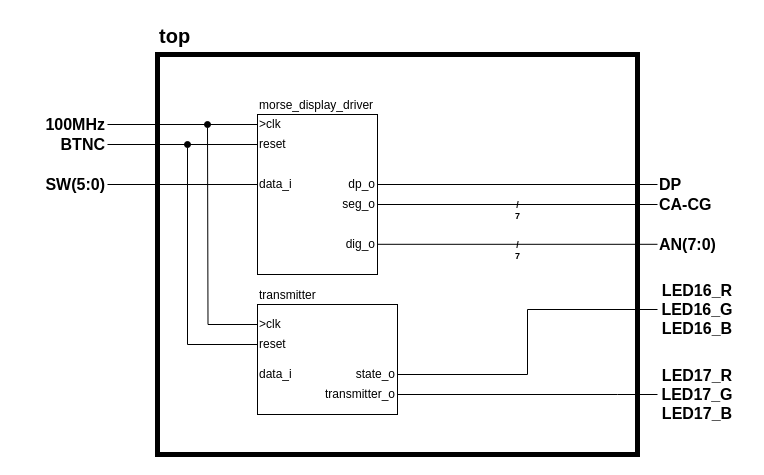
This is images/drawio/top.drawio from jamo796/DE1-PROJEKT-VHDL-TTHP, a draw.io file, before an edit. Source tidied: cells renumbered, new cells numbered last; positions are measured from the earlier drawing's top-left corner, leaving out a move shared by most shapes. Both pictures are drawn from the tidied source at 100%, with x=0, y=0 at pixel (17, 16).
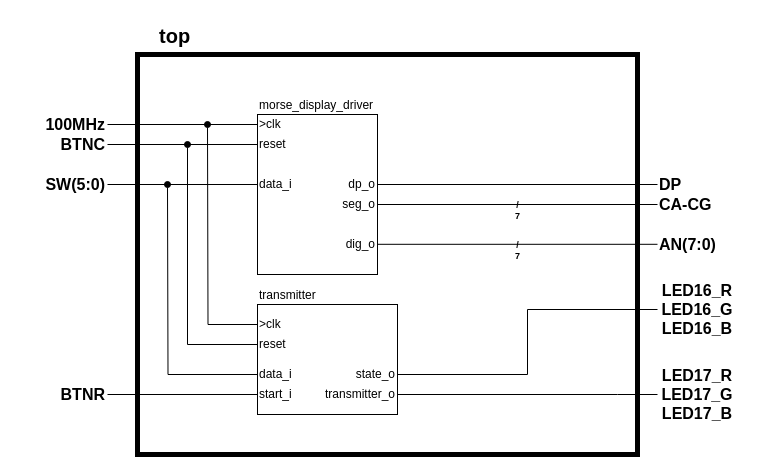
Above is the later version.

The change refers to these unchanged cells:
```xml
<mxCell id="33" value="data_i" style="text;html=1;strokeColor=none;fillColor=none;align=left;verticalAlign=middle;whiteSpace=wrap;rounded=0;" parent="1" vertex="1">
  <mxGeometry x="240" y="348" width="80" height="20" as="geometry" />
</mxCell>
```

Diff of the diagram source:
```diff
@@
     <mxCell id="2" style="rounded=0;whiteSpace=wrap;html=1;labelBackgroundColor=none;fontFamily=Helvetica;fontSize=9;fillColor=default;strokeWidth=5;" parent="1" vertex="1">
-      <mxGeometry x="140" y="38" width="480" height="400" as="geometry" />
+      <mxGeometry x="120" y="38" width="500" height="400" as="geometry" />
     </mxCell>
@@
+    <mxCell id="38" style="edgeStyle=orthogonalEdgeStyle;rounded=0;jettySize=auto;html=1;exitX=0;exitY=0.5;exitDx=0;exitDy=0;endArrow=oval;endFill=1;" parent="1" edge="1" source="33">
+      <mxGeometry relative="1" as="geometry">
+        <mxPoint x="150" y="168" as="targetPoint" />
+      </mxGeometry>
+    </mxCell>
@@
+    <mxCell id="39" value="BTNR" style="text;html=1;strokeColor=none;fillColor=none;align=right;verticalAlign=middle;whiteSpace=wrap;rounded=0;labelBackgroundColor=none;fontSize=16;fontStyle=1;" parent="1" vertex="1">
+      <mxGeometry y="368" width="90" height="20" as="geometry" />
+    </mxCell>
+    <mxCell id="40" style="edgeStyle=orthogonalEdgeStyle;rounded=0;jettySize=auto;html=1;exitX=0;exitY=0.5;exitDx=0;exitDy=0;entryX=1;entryY=0.5;entryDx=0;entryDy=0;endArrow=none;endFill=0;" parent="1" edge="1" source="41" target="39">
+      <mxGeometry relative="1" as="geometry" />
+    </mxCell>
+    <mxCell id="41" value="start_i" style="text;html=1;strokeColor=none;fillColor=none;align=left;verticalAlign=middle;whiteSpace=wrap;rounded=0;" parent="1" vertex="1">
+      <mxGeometry x="240" y="368" width="60" height="20" as="geometry" />
+    </mxCell>
```
